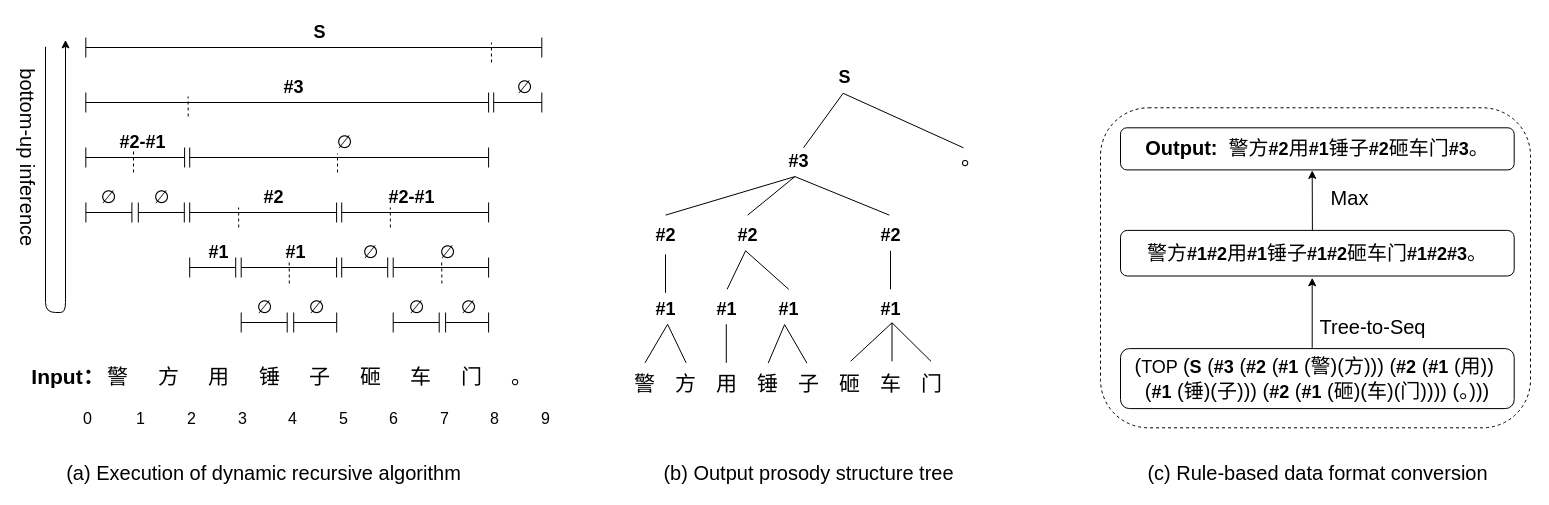
Above: page "第 8 页" (8 of 9) of Untitled Diagram.drawio in ishine/Char2Prosody (draw.io), before the change. Source tidied: cells renumbered, new cells numbered last; positions are measured from the earlier drawing's top-left corner, leaving out a move shared by most shapes. Both pictures are drawn from the tidied source at 100%, with x=0, y=0 at pixel (-67, 17).
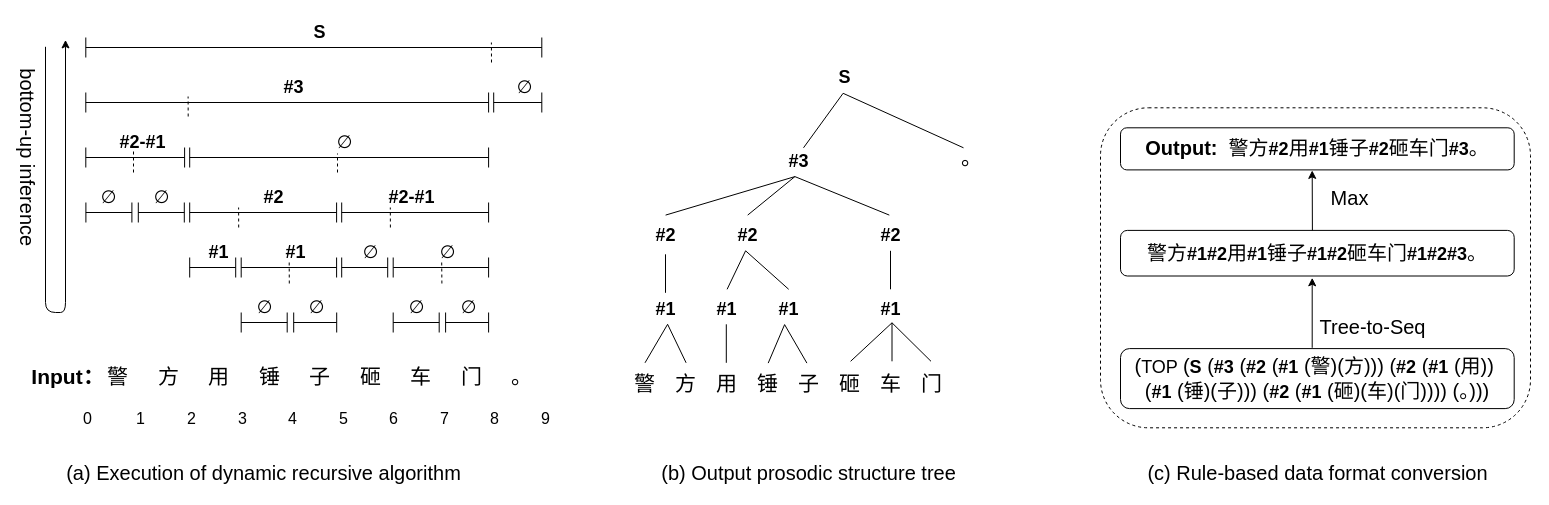
The same diagram, later.

Diff of the diagram source:
```diff
@@
-    <mxCell id="46" value="&lt;font style=&quot;font-size: 20px&quot;&gt;(b) Output prosody structure tree&lt;/font&gt;" style="text;html=1;align=center;verticalAlign=middle;fillColor=none;strokeColor=none;rounded=0;fontSize=16;" parent="1" vertex="1">
+    <mxCell id="46" value="&lt;font style=&quot;font-size: 20px&quot;&gt;(b) Output prosodic structure tree&lt;/font&gt;" style="text;html=1;align=center;verticalAlign=middle;fillColor=none;strokeColor=none;rounded=0;fontSize=16;" parent="1" vertex="1">
       <mxGeometry x="719.7" y="440.3" width="310" height="30" as="geometry" />
     </mxCell>
```
